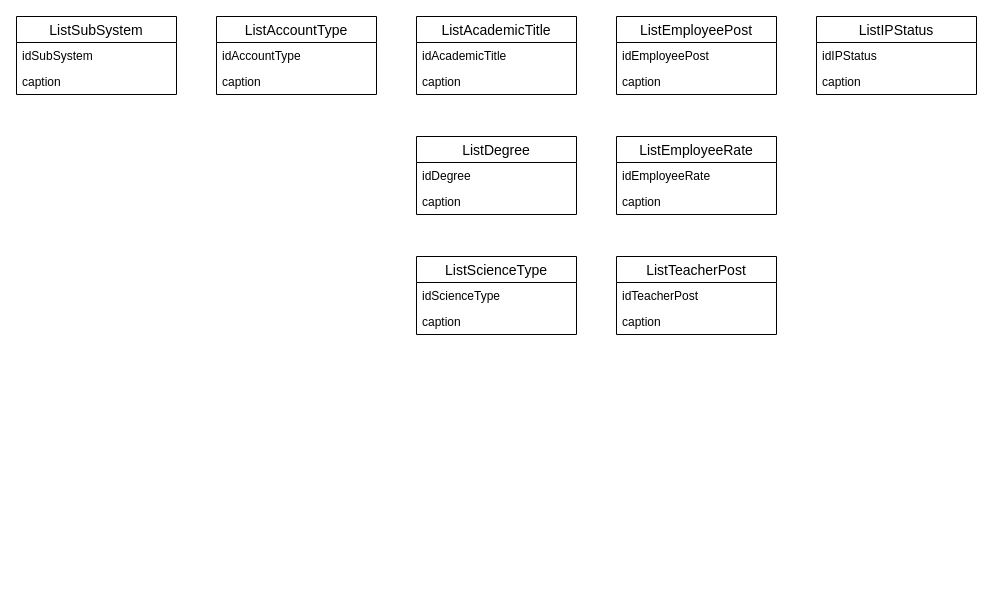
The draw.io diagram documentation/4. Эскизный проект/media/Диаграммы_базы_данных/Служебные/Кодовые_словари.drawio in pmswga/MOSIT-DD, before the edit. Source tidied: cells renumbered, new cells numbered last; positions are measured from the earlier drawing's top-left corner, leaving out a move shared by most shapes. Both pictures are drawn from the tidied source at 100%, with x=0, y=0 at pixel (16, 16).
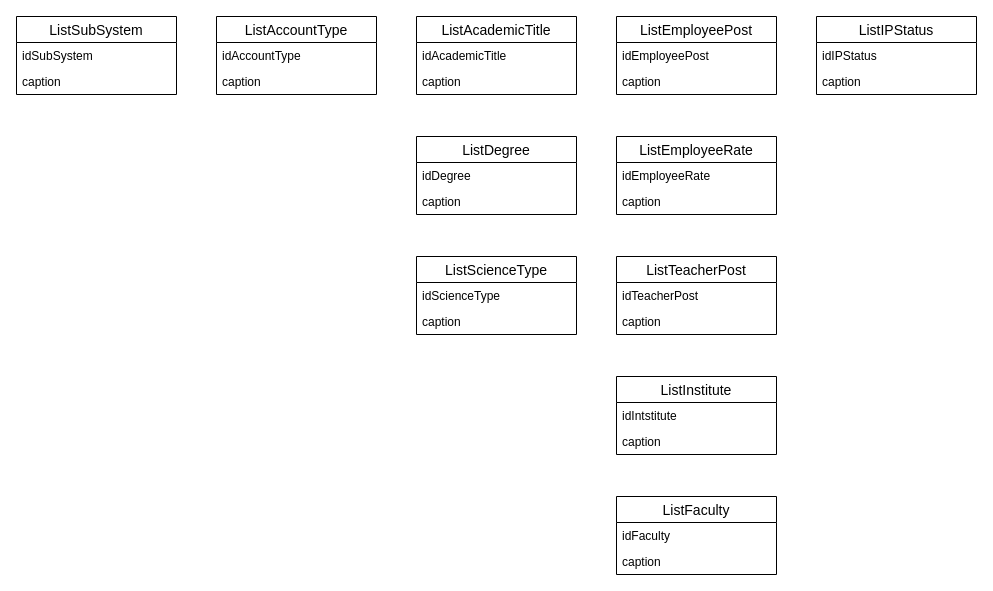
After the change.

Diff of the diagram source:
```diff
@@
+    <mxCell id="29" value="ListInstitute" style="swimlane;fontStyle=0;horizontal=1;startSize=26;align=center;fontSize=14;" parent="1" vertex="1">
+      <mxGeometry x="600" y="360" width="160" height="78" as="geometry" />
+    </mxCell>
+    <mxCell id="30" value="idIntstitute" style="text;strokeColor=none;fillColor=none;spacingLeft=4;spacingRight=4;overflow=hidden;fontSize=12;" parent="29" vertex="1">
+      <mxGeometry y="26" width="160" height="26" as="geometry" />
+    </mxCell>
+    <mxCell id="31" value="caption" style="text;strokeColor=none;fillColor=none;spacingLeft=4;spacingRight=4;overflow=hidden;fontSize=12;" parent="29" vertex="1">
+      <mxGeometry y="52" width="160" height="26" as="geometry" />
+    </mxCell>
+    <mxCell id="32" value="ListFaculty" style="swimlane;fontStyle=0;horizontal=1;startSize=26;align=center;fontSize=14;" parent="1" vertex="1">
+      <mxGeometry x="600" y="480" width="160" height="78" as="geometry" />
+    </mxCell>
+    <mxCell id="33" value="idFaculty" style="text;strokeColor=none;fillColor=none;spacingLeft=4;spacingRight=4;overflow=hidden;fontSize=12;" parent="32" vertex="1">
+      <mxGeometry y="26" width="160" height="26" as="geometry" />
+    </mxCell>
+    <mxCell id="34" value="caption" style="text;strokeColor=none;fillColor=none;spacingLeft=4;spacingRight=4;overflow=hidden;fontSize=12;" parent="32" vertex="1">
+      <mxGeometry y="52" width="160" height="26" as="geometry" />
+    </mxCell>
```
